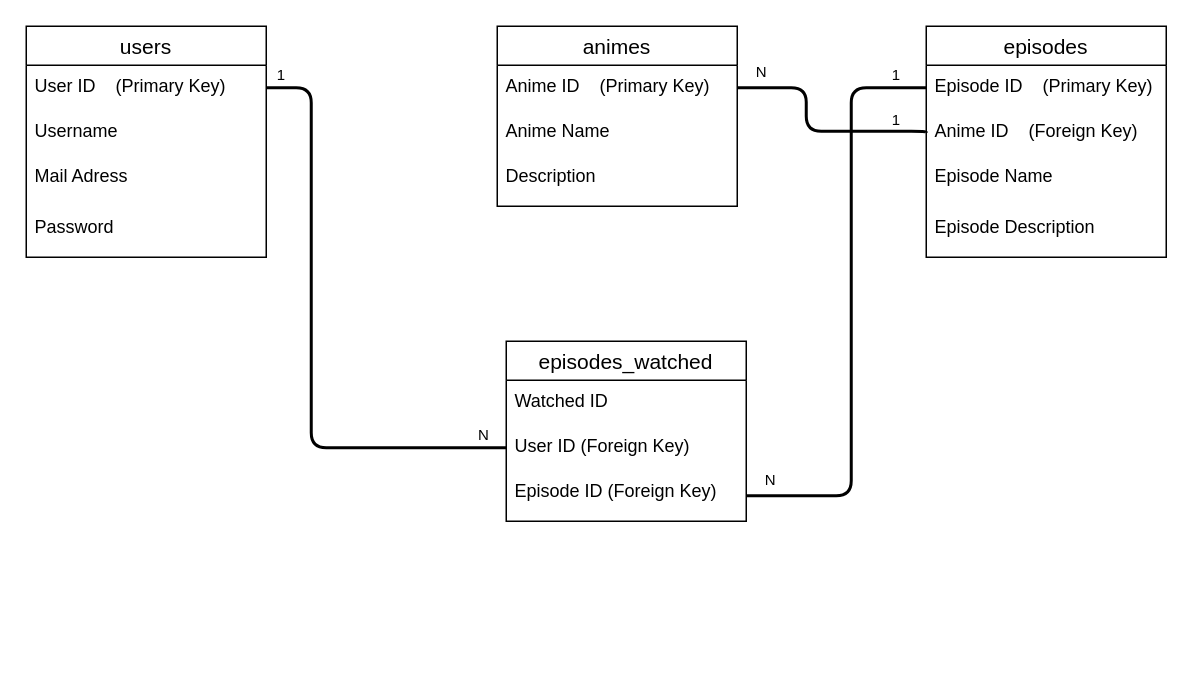
Before: Analysis/SchemeBDD.drawio in HugoFosse25/Project_A, a draw.io diagram. Source tidied: cells renumbered, new cells numbered last; positions are measured from the earlier drawing's top-left corner, leaving out a move shared by most shapes. Both pictures are drawn from the tidied source at 150%, with x=0, y=0 at pixel (26, 26).
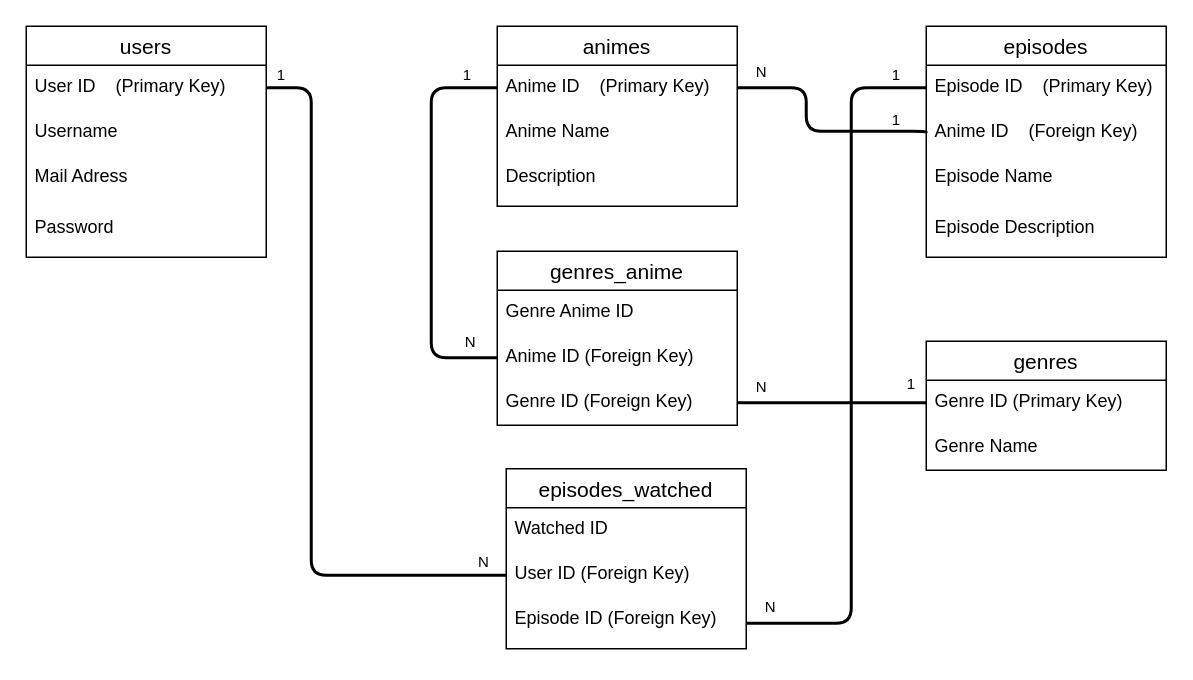
After the change.

The change refers to these unchanged cells:
```xml
<mxCell id="3" value="User ID    (Primary Key)" style="text;strokeColor=none;fillColor=none;spacingLeft=4;spacingRight=4;overflow=hidden;points=[[0,0.5],[1,0.5]];portConstraint=eastwest;fontSize=12;" parent="2" vertex="1">
  <mxGeometry y="26" width="160" height="30" as="geometry" />
</mxCell>
<mxCell id="8" value="Anime ID    (Primary Key)" style="text;strokeColor=none;fillColor=none;spacingLeft=4;spacingRight=4;overflow=hidden;points=[[0,0.5],[1,0.5]];portConstraint=eastwest;fontSize=12;" parent="7" vertex="1">
  <mxGeometry y="26" width="160" height="30" as="geometry" />
</mxCell>
<mxCell id="12" value="Episode ID    (Primary Key)" style="text;strokeColor=none;fillColor=none;spacingLeft=4;spacingRight=4;overflow=hidden;points=[[0,0.5],[1,0.5]];portConstraint=eastwest;fontSize=12;" parent="11" vertex="1">
  <mxGeometry y="26" width="160" height="30" as="geometry" />
</mxCell>
<mxCell id="18" value="User ID (Foreign Key)" style="text;strokeColor=none;fillColor=none;spacingLeft=4;spacingRight=4;overflow=hidden;points=[[0,0.5],[1,0.5]];portConstraint=eastwest;fontSize=12;" parent="16" vertex="1">
  <mxGeometry y="56" width="160" height="30" as="geometry" />
</mxCell>
<mxCell id="19" value="Episode ID (Foreign Key)" style="text;strokeColor=none;fillColor=none;spacingLeft=4;spacingRight=4;overflow=hidden;points=[[0,0.5],[1,0.5]];portConstraint=eastwest;fontSize=12;" parent="16" vertex="1">
  <mxGeometry y="86" width="160" height="34" as="geometry" />
</mxCell>
```

The edit, as a diff of the source:
```diff
@@
     <mxCell id="16" value="episodes_watched" style="swimlane;fontStyle=0;horizontal=1;startSize=26;align=center;fontSize=14;" parent="1" vertex="1">
-      <mxGeometry x="320" y="210" width="160" height="120" as="geometry" />
+      <mxGeometry x="320" y="295" width="160" height="120" as="geometry" />
     </mxCell>
@@
     <mxCell id="20" style="verticalAlign=bottom;html=1;endArrow=none;edgeStyle=orthogonalEdgeStyle;strokeWidth=2;exitX=1;exitY=0.5;exitDx=0;exitDy=0;entryX=0;entryY=0.5;entryDx=0;entryDy=0;" parent="1" edge="1" source="3" target="18">
       <mxGeometry relative="1" as="geometry">
         <Array as="points">
           <mxPoint x="190" y="41" />
-          <mxPoint x="190" y="281" />
+          <mxPoint x="190" y="366" />
         </Array>
       </mxGeometry>
     </mxCell>
@@
     <mxCell id="23" style="verticalAlign=bottom;html=1;endArrow=none;edgeStyle=orthogonalEdgeStyle;strokeWidth=2;exitX=0;exitY=0.5;exitDx=0;exitDy=0;entryX=1;entryY=0.5;entryDx=0;entryDy=0;" parent="1" edge="1" source="12" target="19">
       <mxGeometry relative="1" as="geometry">
         <Array as="points">
           <mxPoint x="550" y="41" />
-          <mxPoint x="550" y="313" />
+          <mxPoint x="550" y="398" />
         </Array>
       </mxGeometry>
     </mxCell>
@@
+    <mxCell id="29" value="genres" style="swimlane;fontStyle=0;horizontal=1;startSize=26;align=center;fontSize=14;" parent="1" vertex="1">
+      <mxGeometry x="600" y="210" width="160" height="86" as="geometry" />
+    </mxCell>
+    <mxCell id="30" value="Genre ID (Primary Key)" style="text;strokeColor=none;fillColor=none;spacingLeft=4;spacingRight=4;overflow=hidden;points=[[0,0.5],[1,0.5]];portConstraint=eastwest;fontSize=12;" parent="29" vertex="1">
+      <mxGeometry y="26" width="160" height="30" as="geometry" />
+    </mxCell>
+    <mxCell id="31" value="Genre Name" style="text;strokeColor=none;fillColor=none;spacingLeft=4;spacingRight=4;overflow=hidden;fontSize=12;" parent="29" vertex="1">
+      <mxGeometry y="56" width="160" height="30" as="geometry" />
+    </mxCell>
+    <mxCell id="32" value="genres_anime" style="swimlane;fontStyle=0;horizontal=1;startSize=26;align=center;fontSize=14;" parent="1" vertex="1">
+      <mxGeometry x="314" y="150" width="160" height="116" as="geometry" />
+    </mxCell>
+    <mxCell id="33" value="Genre Anime ID" style="text;strokeColor=none;fillColor=none;spacingLeft=4;spacingRight=4;overflow=hidden;fontSize=12;" parent="32" vertex="1">
+      <mxGeometry y="26" width="160" height="30" as="geometry" />
+    </mxCell>
+    <mxCell id="34" value="Anime ID (Foreign Key)" style="text;strokeColor=none;fillColor=none;spacingLeft=4;spacingRight=4;overflow=hidden;points=[[0,0.5],[1,0.5]];portConstraint=eastwest;fontSize=12;" parent="32" vertex="1">
+      <mxGeometry y="56" width="160" height="30" as="geometry" />
+    </mxCell>
+    <mxCell id="35" value="Genre ID (Foreign Key)" style="text;strokeColor=none;fillColor=none;spacingLeft=4;spacingRight=4;overflow=hidden;points=[[0,0.5],[1,0.5]];portConstraint=eastwest;fontSize=12;" parent="32" vertex="1">
+      <mxGeometry y="86" width="160" height="30" as="geometry" />
+    </mxCell>
+    <mxCell id="36" style="verticalAlign=bottom;html=1;endArrow=none;edgeStyle=orthogonalEdgeStyle;strokeWidth=2;exitX=0;exitY=0.5;exitDx=0;exitDy=0;entryX=0;entryY=0.5;entryDx=0;entryDy=0;" parent="1" edge="1" source="8" target="34">
+      <mxGeometry relative="1" as="geometry">
+        <Array as="points">
+          <mxPoint x="270" y="41" />
+          <mxPoint x="270" y="221" />
+        </Array>
+      </mxGeometry>
+    </mxCell>
+    <mxCell id="37" value="&amp;nbsp; 1" style="html=1;align=left;verticalAlign=top;labelBackgroundColor=none;fontSize=10;" parent="36" vertex="1">
+      <mxGeometry x="-1" relative="1" as="geometry">
+        <mxPoint x="-30" y="-21" as="offset" />
+      </mxGeometry>
+    </mxCell>
+    <mxCell id="38" value="&amp;nbsp;N" style="html=1;align=right;verticalAlign=top;labelBackgroundColor=none;fontSize=10;" parent="36" vertex="1">
+      <mxGeometry x="1" relative="1" as="geometry">
+        <mxPoint x="-14" y="-23" as="offset" />
+      </mxGeometry>
+    </mxCell>
+    <mxCell id="39" style="verticalAlign=bottom;html=1;endArrow=none;edgeStyle=orthogonalEdgeStyle;strokeWidth=2;exitX=0;exitY=0.5;exitDx=0;exitDy=0;entryX=1;entryY=0.5;entryDx=0;entryDy=0;" parent="1" edge="1" source="30" target="35">
+      <mxGeometry relative="1" as="geometry">
+        <Array as="points">
+          <mxPoint x="590" y="251" />
+          <mxPoint x="590" y="251" />
+        </Array>
+      </mxGeometry>
+    </mxCell>
+    <mxCell id="40" value="&amp;nbsp; 1" style="html=1;align=left;verticalAlign=top;labelBackgroundColor=none;fontSize=10;" parent="39" vertex="1">
+      <mxGeometry x="-1" relative="1" as="geometry">
+        <mxPoint x="-20" y="-25" as="offset" />
+      </mxGeometry>
+    </mxCell>
+    <mxCell id="41" value="&amp;nbsp;N" style="html=1;align=right;verticalAlign=top;labelBackgroundColor=none;fontSize=10;" parent="39" vertex="1">
+      <mxGeometry x="1" relative="1" as="geometry">
+        <mxPoint x="20" y="-23" as="offset" />
+      </mxGeometry>
+    </mxCell>
```
